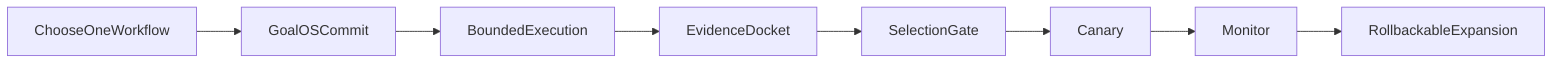
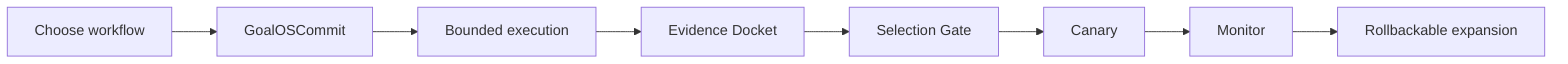
flowchart LR
-   ChooseOneWorkflow-->GoalOSCommit-->BoundedExecution-->EvidenceDocket-->SelectionGate-->Canary-->Monitor-->RollbackableExpansion
+   n0["Choose workflow"] --> n1["GoalOSCommit"]
+   n1["GoalOSCommit"] --> n2["Bounded execution"]
+   n2["Bounded execution"] --> n3["Evidence Docket"]
+   n3["Evidence Docket"] --> n4["Selection Gate"]
+   n4["Selection Gate"] --> n5["Canary"]
+   n5["Canary"] --> n6["Monitor"]
+   n6["Monitor"] --> n7["Rollbackable expansion"]
